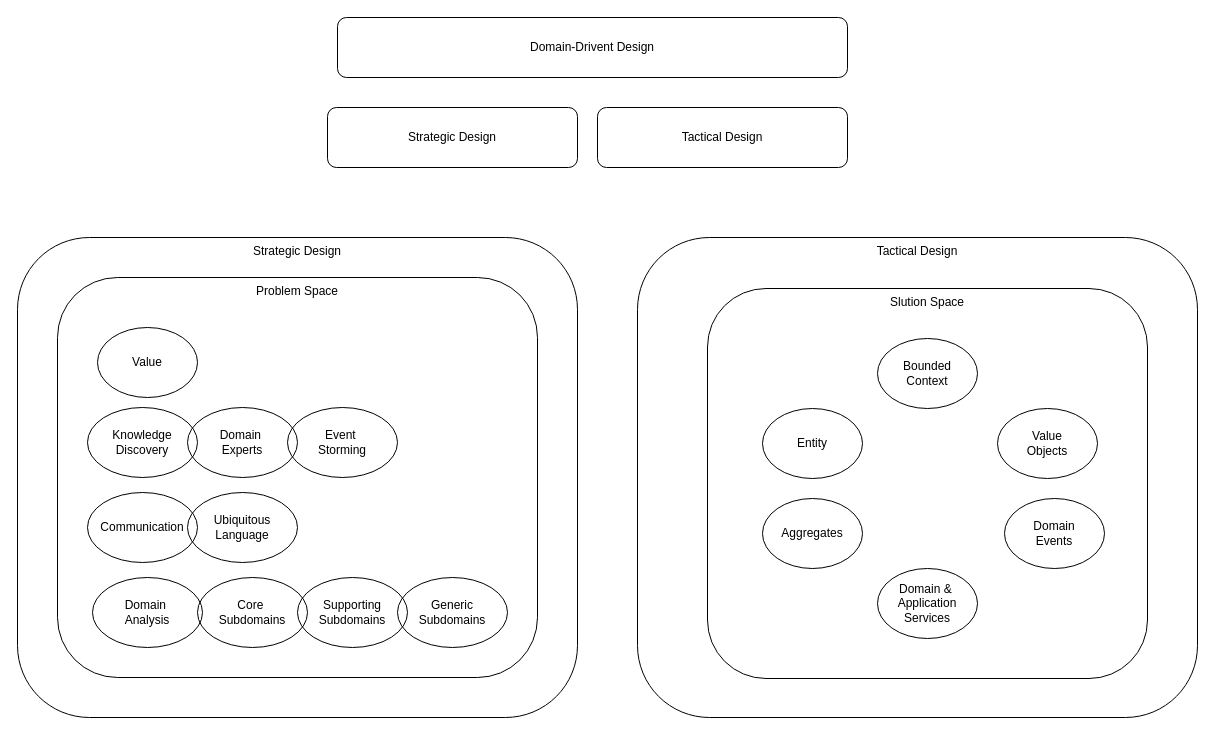
The draw.io diagram books/DDD/DDD-MAP.drawio in chavp/data-modeling, before the edit. Source tidied: cells renumbered, new cells numbered last; positions are measured from the earlier drawing's top-left corner, leaving out a move shared by most shapes. Both pictures are drawn from the tidied source at 100%, with x=0, y=0 at pixel (17, 17).
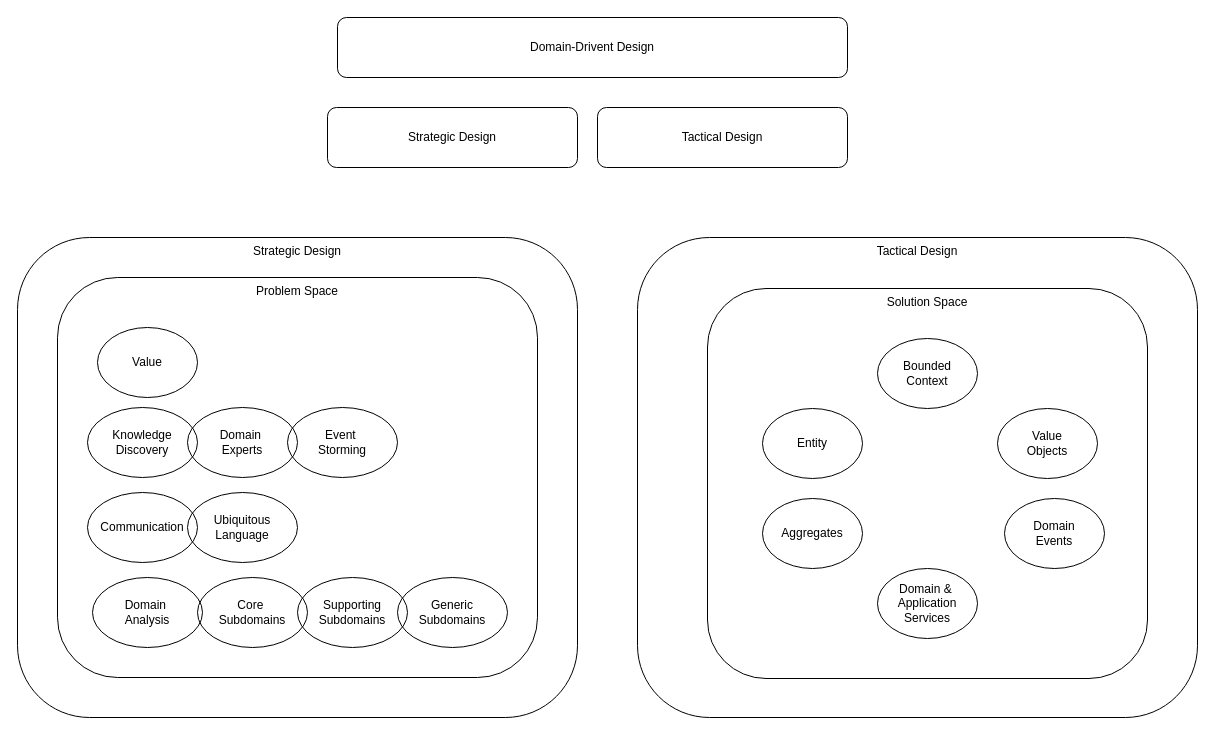
The same diagram, later.

Unchanged cells that the change refers to:
```xml
<mxCell id="7" style="group;" parent="5" vertex="1">
  <mxGeometry x="70" y="51" width="440" height="390" as="geometry" />
</mxCell>
```

Diff of the diagram source:
```diff
@@
-    <mxCell id="8" value="Slution Space" style="rounded=1;whiteSpace=wrap;html=1;verticalAlign=top;" parent="7" vertex="1">
+    <mxCell id="8" value="Solution Space" style="rounded=1;whiteSpace=wrap;html=1;verticalAlign=top;" parent="7" vertex="1">
       <mxGeometry width="440" height="390" as="geometry" />
     </mxCell>
```
